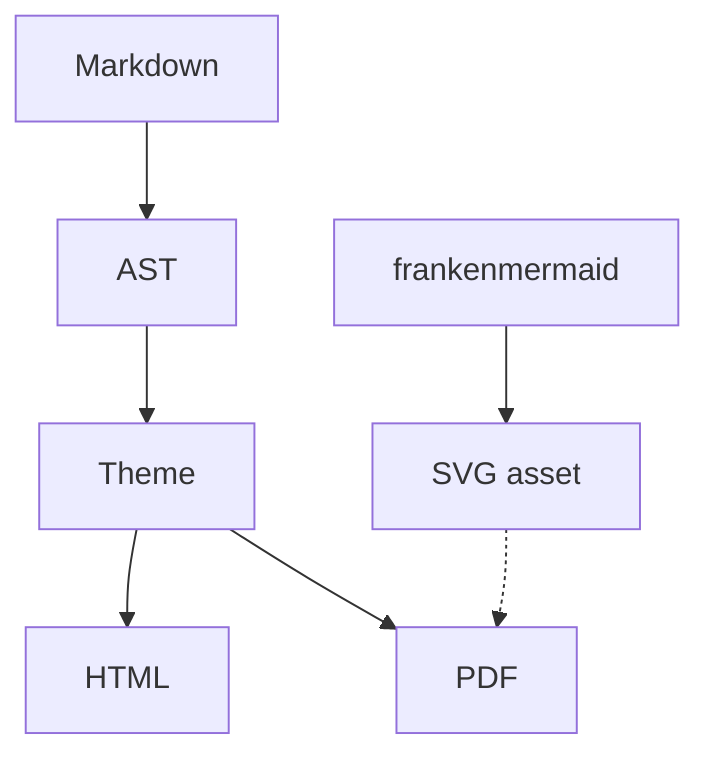
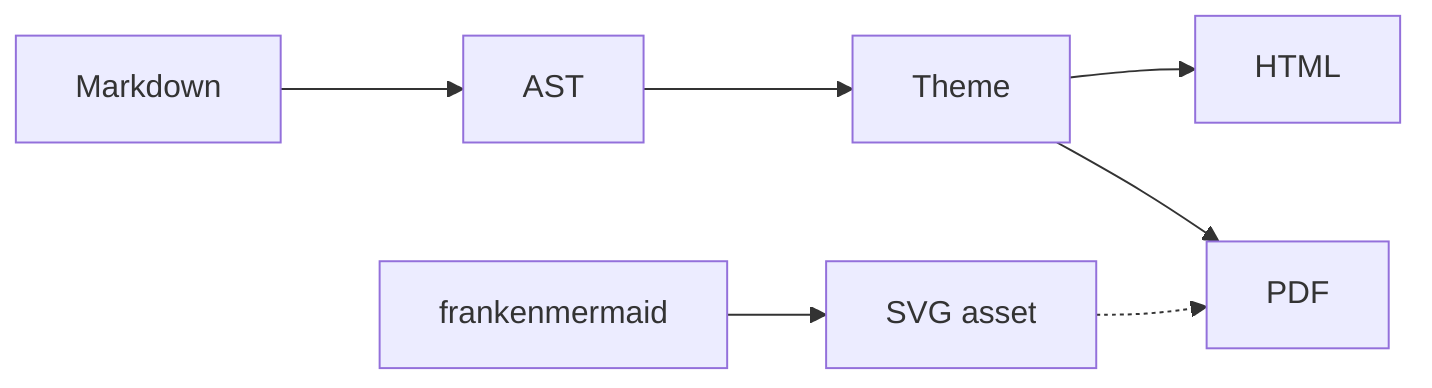
- flowchart TD
+ flowchart LR
    A[Markdown] --> B[AST]
    B --> C[Theme]
    C --> D[HTML]
    C --> E[PDF]
    F[frankenmermaid] --> G[SVG asset]
    G -.-> E
